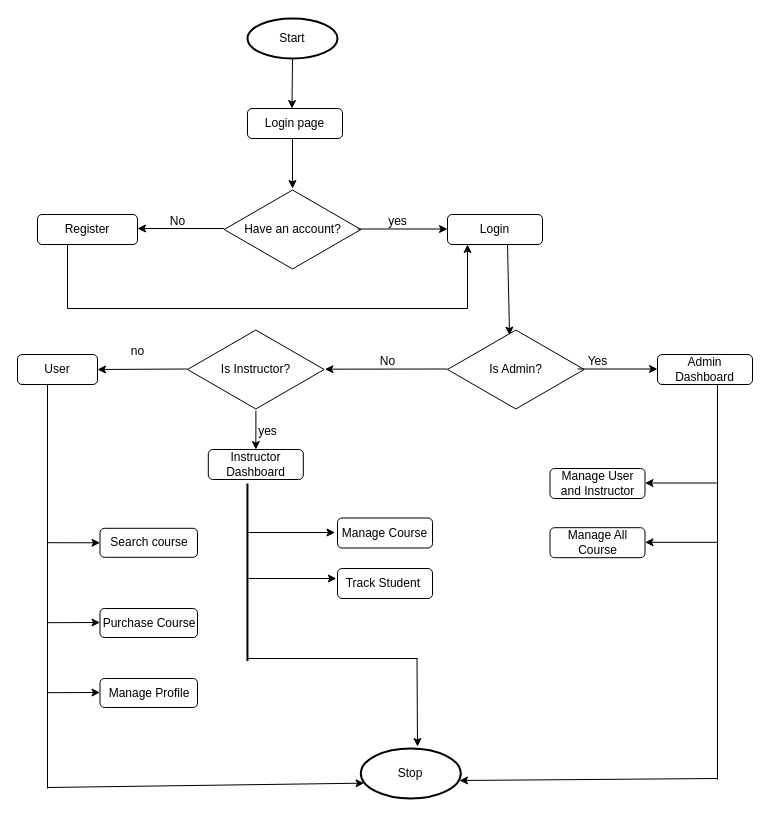
Before: Untitled Diagram.drawio in Anilparajuli4/Amazon-clone, a draw.io diagram. Source tidied: cells renumbered, new cells numbered last; positions are measured from the earlier drawing's top-left corner, leaving out a move shared by most shapes. Both pictures are drawn from the tidied source at 100%, with x=0, y=0 at pixel (17, 18).
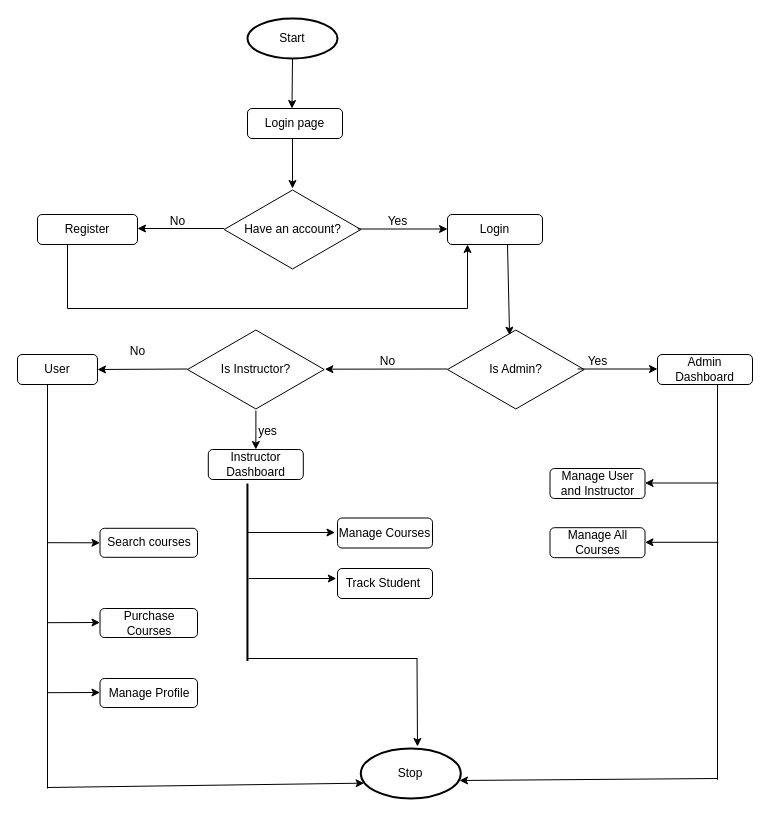
Above is the later version.

What changed in the source:
```diff
@@
-    <mxCell id="10" value="yes" style="text;html=1;align=center;verticalAlign=middle;strokeColor=none;fillColor=none;" parent="1" vertex="1">
+    <mxCell id="10" value="Yes" style="text;html=1;align=center;verticalAlign=middle;strokeColor=none;fillColor=none;" parent="1" vertex="1">
       <mxGeometry x="360" y="188" width="40" height="30" as="geometry" />
     </mxCell>
@@
-    <mxCell id="20" value="Search course" style="whiteSpace=wrap;html=1;rounded=1;" parent="1" vertex="1">
+    <mxCell id="20" value="Search courses" style="whiteSpace=wrap;html=1;rounded=1;" parent="1" vertex="1">
       <mxGeometry x="82.5" y="509.8" width="97.5" height="29" as="geometry" />
     </mxCell>
-    <mxCell id="21" value="Purchase Course" style="whiteSpace=wrap;html=1;rounded=1;" parent="1" vertex="1">
+    <mxCell id="21" value="Purchase Courses" style="whiteSpace=wrap;html=1;rounded=1;" parent="1" vertex="1">
       <mxGeometry x="82.5" y="590" width="97.5" height="29" as="geometry" />
     </mxCell>
@@
-    <mxCell id="32" value="Manage Course" style="rounded=1;whiteSpace=wrap;html=1;" parent="1" vertex="1">
+    <mxCell id="32" value="Manage Courses" style="rounded=1;whiteSpace=wrap;html=1;" parent="1" vertex="1">
       <mxGeometry x="320" y="499.5" width="95" height="30" as="geometry" />
     </mxCell>
@@
-    <mxCell id="41" value="no" style="text;html=1;align=center;verticalAlign=middle;strokeColor=none;fillColor=none;" parent="1" vertex="1">
+    <mxCell id="41" value="No" style="text;html=1;align=center;verticalAlign=middle;strokeColor=none;fillColor=none;" parent="1" vertex="1">
       <mxGeometry x="100" y="318" width="40" height="30" as="geometry" />
     </mxCell>
@@
-    <mxCell id="50" value="Manage All Course" style="rounded=1;whiteSpace=wrap;html=1;" parent="1" vertex="1">
+    <mxCell id="50" value="Manage All Courses" style="rounded=1;whiteSpace=wrap;html=1;" parent="1" vertex="1">
       <mxGeometry x="532.5" y="509.2" width="95" height="30" as="geometry" />
     </mxCell>
```
